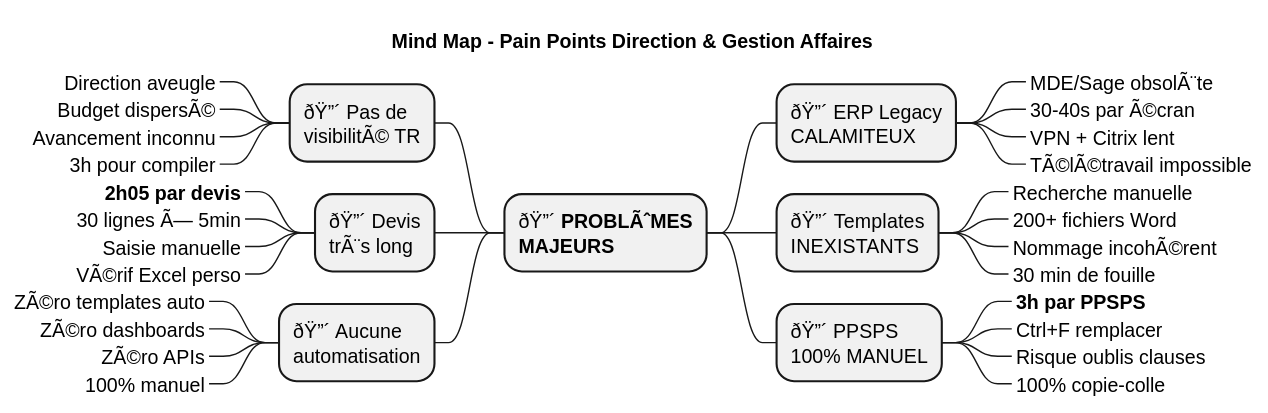
Above: Direction-Affaires/uml/Pain_Points_Direction_Affaires.svg in JordanSerafini/Audit_Duret (PlantUML), before the change.
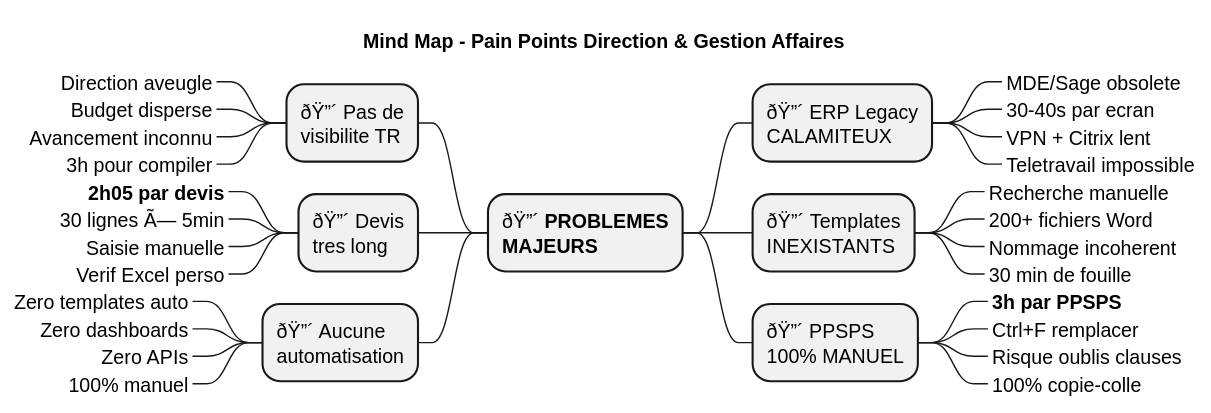
Later version of the same file.

What changed in the source:
```diff
@@ -2,17 +2,17 @@
 
 title Mind Map - Pain Points Direction & Gestion Affaires
 
-* ðŸ”´ **PROBLÃˆMES**\n**MAJEURS**
+* ðŸ”´ **PROBLEMES**\n**MAJEURS**
 ** ðŸ”´ ERP Legacy\nCALAMITEUX
-***_ MDE/Sage obsolÃ¨te
-***_ 30-40s par Ã©cran
+***_ MDE/Sage obsolete
+***_ 30-40s par ecran
 ***_ VPN + Citrix lent
-***_ TÃ©lÃ©travail impossible
+***_ Teletravail impossible
 
 ** ðŸ”´ Templates\nINEXISTANTS
 ***_ Recherche manuelle
 ***_ 200+ fichiers Word
-***_ Nommage incohÃ©rent
+***_ Nommage incoherent
 ***_ 30 min de fouille
 
 ** ðŸ”´ PPSPS\n100% MANUEL
@@ -23,22 +23,22 @@
 
 left side
 
-** ðŸ”´ Pas de\nvisibilitÃ© TR
+** ðŸ”´ Pas de\nvisibilite TR
 ***_ Direction aveugle
-***_ Budget dispersÃ©
+***_ Budget disperse
 ***_ Avancement inconnu
 ***_ 3h pour compiler
 
-** ðŸ”´ Devis\ntrÃ¨s long
+** ðŸ”´ Devis\ntres long
 ***_ **2h05 par devis**
 ***_ 30 lignes Ã— 5min
 ***_ Saisie manuelle
-***_ VÃ©rif Excel perso
+***_ Verif Excel perso
 
 ** ðŸ”´ Aucune\nautomatisation
-***_ ZÃ©ro templates auto
-***_ ZÃ©ro dashboards
-***_ ZÃ©ro APIs
+***_ Zero templates auto
+***_ Zero dashboards
+***_ Zero APIs
 ***_ 100% manuel
 
 @endmindmap
```
